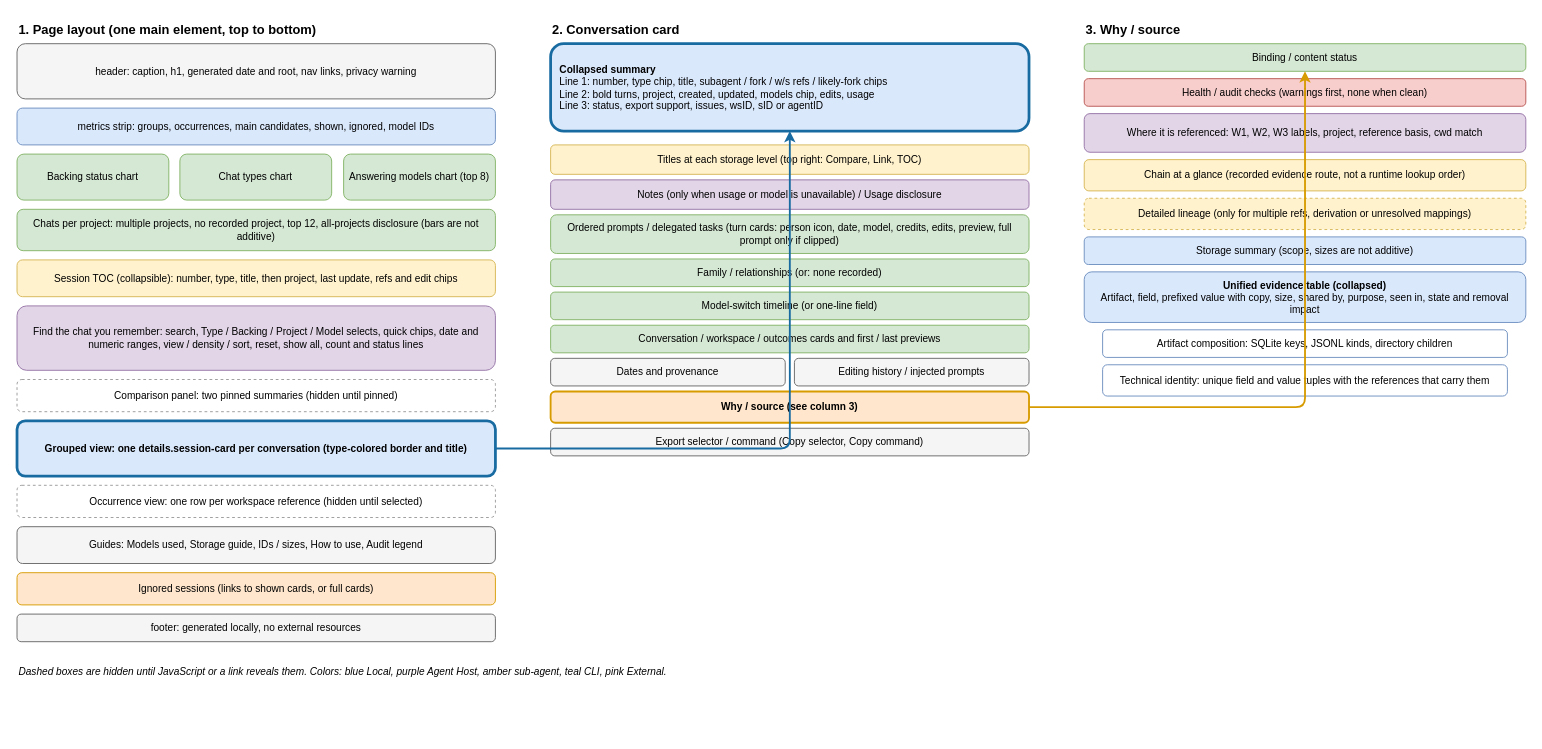
Above: docs/diagrams/html-report-wireframe.drawio in rrabb/copilot-chat-exporter (draw.io), before the change. Source tidied: cells renumbered, new cells numbered last; positions are measured from the earlier drawing's top-left corner, leaving out a move shared by most shapes. Both pictures are drawn from the tidied source at 92%, with x=0, y=0 at pixel (17, 16).
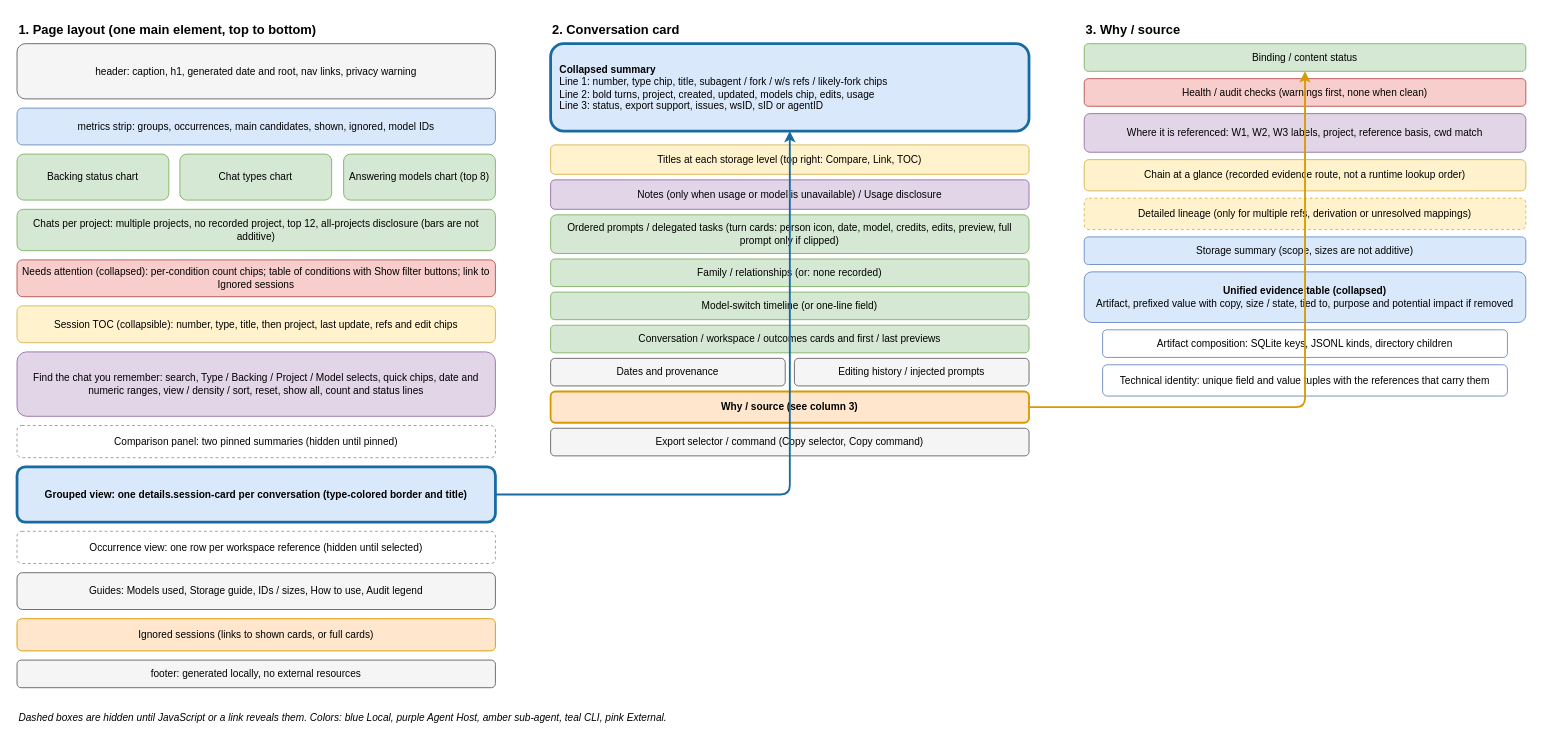
Above is the later version.

The edit, as a diff of the source:
```diff
@@
+    <mxCell id="42" value="Needs attention (collapsed): per-condition count chips; table of conditions with Show filter buttons; link to Ignored sessions" style="rounded=1;whiteSpace=wrap;html=1;fillColor=#f8cecc;strokeColor=#b85450;fontSize=11;" parent="1" vertex="1">
+      <mxGeometry y="265" width="520" height="40" as="geometry" />
+    </mxCell>
     <mxCell id="9" value="Session TOC (collapsible): number, type, title, then project, last update, refs and edit chips" style="rounded=1;whiteSpace=wrap;html=1;fillColor=#fff2cc;strokeColor=#d6b656;fontSize=11;" parent="1" vertex="1">
-      <mxGeometry y="265" width="520" height="40" as="geometry" />
+      <mxGeometry y="315" width="520" height="40" as="geometry" />
     </mxCell>
     <mxCell id="10" value="Find the chat you remember: search, Type / Backing / Project / Model selects, quick chips, date and numeric ranges, view / density / sort, reset, show all, count and status lines" style="rounded=1;whiteSpace=wrap;html=1;fillColor=#e1d5e7;strokeColor=#9673a6;fontSize=11;" parent="1" vertex="1">
-      <mxGeometry y="315" width="520" height="70" as="geometry" />
+      <mxGeometry y="365" width="520" height="70" as="geometry" />
     </mxCell>
     <mxCell id="11" value="Comparison panel: two pinned summaries (hidden until pinned)" style="rounded=1;whiteSpace=wrap;html=1;dashed=1;fillColor=#ffffff;strokeColor=#999999;fontSize=11;" parent="1" vertex="1">
-      <mxGeometry y="395" width="520" height="35" as="geometry" />
+      <mxGeometry y="445" width="520" height="35" as="geometry" />
     </mxCell>
     <mxCell id="12" value="Grouped view: one details.session-card per conversation (type-colored border and title)" style="rounded=1;whiteSpace=wrap;html=1;fillColor=#dae8fc;strokeColor=#176ba1;strokeWidth=3;fontSize=11;fontStyle=1;" parent="1" vertex="1">
-      <mxGeometry y="440" width="520" height="60" as="geometry" />
+      <mxGeometry y="490" width="520" height="60" as="geometry" />
     </mxCell>
     <mxCell id="13" value="Occurrence view: one row per workspace reference (hidden until selected)" style="rounded=1;whiteSpace=wrap;html=1;dashed=1;fillColor=#ffffff;strokeColor=#999999;fontSize=11;" parent="1" vertex="1">
-      <mxGeometry y="510" width="520" height="35" as="geometry" />
+      <mxGeometry y="560" width="520" height="35" as="geometry" />
     </mxCell>
     <mxCell id="14" value="Guides: Models used, Storage guide, IDs / sizes, How to use, Audit legend" style="rounded=1;whiteSpace=wrap;html=1;fillColor=#f5f5f5;strokeColor=#666666;fontSize=11;" parent="1" vertex="1">
-      <mxGeometry y="555" width="520" height="40" as="geometry" />
+      <mxGeometry y="605" width="520" height="40" as="geometry" />
     </mxCell>
     <mxCell id="15" value="Ignored sessions (links to shown cards, or full cards)" style="rounded=1;whiteSpace=wrap;html=1;fillColor=#ffe6cc;strokeColor=#d79b00;fontSize=11;" parent="1" vertex="1">
-      <mxGeometry y="605" width="520" height="35" as="geometry" />
+      <mxGeometry y="655" width="520" height="35" as="geometry" />
     </mxCell>
     <mxCell id="16" value="footer: generated locally, no external resources" style="rounded=1;whiteSpace=wrap;html=1;fillColor=#f5f5f5;strokeColor=#666666;fontSize=11;" parent="1" vertex="1">
-      <mxGeometry y="650" width="520" height="30" as="geometry" />
+      <mxGeometry y="700" width="520" height="30" as="geometry" />
     </mxCell>
@@
-    <mxCell id="36" value="&lt;b&gt;Unified evidence table (collapsed)&lt;/b&gt;&lt;br&gt;Artifact, field, prefixed value with copy, size, shared by, purpose, seen in, state and removal impact" style="rounded=1;whiteSpace=wrap;html=1;fillColor=#dae8fc;strokeColor=#6c8ebf;fontSize=11;" parent="1" vertex="1">
+    <mxCell id="36" value="&lt;b&gt;Unified evidence table (collapsed)&lt;/b&gt;&lt;br&gt;Artifact, prefixed value with copy, size / state, tied to, purpose and potential impact if removed" style="rounded=1;whiteSpace=wrap;html=1;fillColor=#dae8fc;strokeColor=#6c8ebf;fontSize=11;" parent="1" vertex="1">
       <mxGeometry x="1160" y="278" width="480" height="55" as="geometry" />
     </mxCell>
@@
     <mxCell id="41" value="Dashed boxes are hidden until JavaScript or a link reveals them. Colors: blue Local, purple Agent Host, amber sub-agent, teal CLI, pink External." style="text;html=1;whiteSpace=wrap;fontSize=11;fontStyle=2;" parent="1" vertex="1">
-      <mxGeometry y="700" width="1100" height="30" as="geometry" />
+      <mxGeometry y="750" width="1100" height="30" as="geometry" />
     </mxCell>
```
